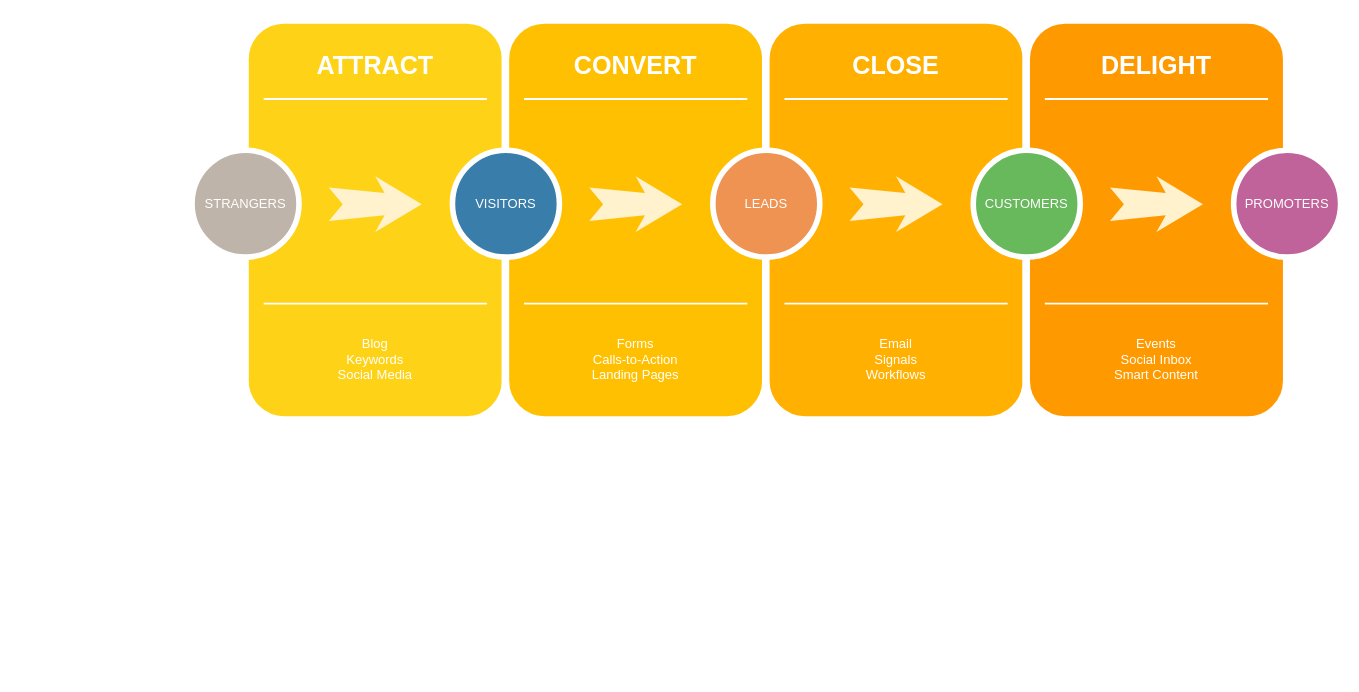
This is Untitled Diagram.drawio from clarkdong-1208/hello-world, a draw.io file, before an edit. Source tidied: cells renumbered, new cells numbered last; positions are measured from the earlier drawing's top-left corner, leaving out a move shared by most shapes. Both pictures are drawn from the tidied source at 93%, with x=0, y=0 at pixel (192, 20).
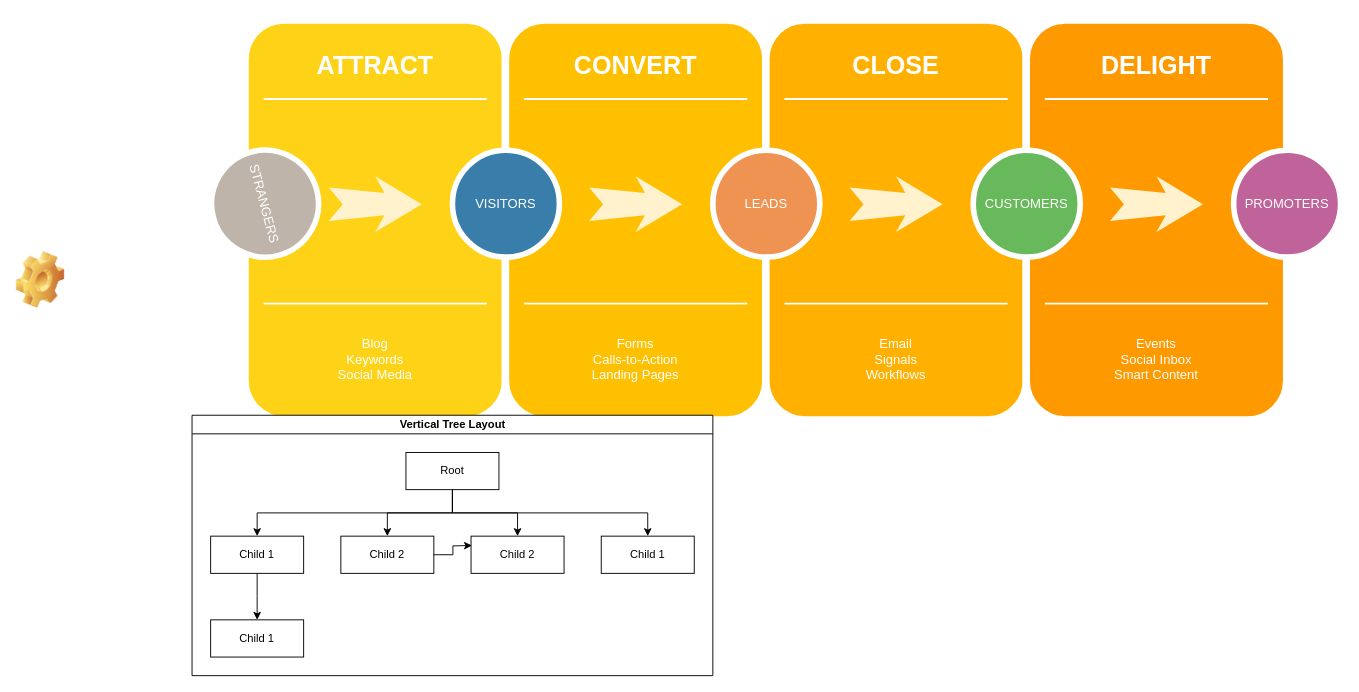
The same page after the edit.

Change to the diagram source:
```diff
@@
-    <mxCell id="7" value="STRANGERS" style="ellipse;whiteSpace=wrap;html=1;rounded=0;shadow=0;strokeWidth=6;fontSize=14;align=center;fillColor=#BFB4A9;strokeColor=#FFFFFF;fontColor=#FFFFFF;" parent="1" vertex="1">
-      <mxGeometry y="140" width="115" height="115" as="geometry" />
+    <mxCell id="7" value="STRANGERS" style="ellipse;whiteSpace=wrap;html=1;rounded=0;shadow=0;strokeWidth=6;fontSize=14;align=center;fillColor=#BFB4A9;strokeColor=#FFFFFF;fontColor=#FFFFFF;direction=south;rotation=75;" parent="1" vertex="1">
+      <mxGeometry x="21" y="140" width="115" height="115" as="geometry" />
     </mxCell>
@@
+    <mxCell id="31" style="shape=image;html=1;verticalLabelPosition=bottom;verticalAlign=top;imageAspect=1;image=img/clipart/Gear_128x128.png;" parent="1" vertex="1">
+      <mxGeometry x="-189" y="249" width="52" height="61" as="geometry" />
+    </mxCell>
+    <mxCell id="32" value="Vertical Tree Layout" style="swimlane;html=1;startSize=20;horizontal=1;horizontalTree=0;containerType=tree;" parent="1" vertex="1">
+      <mxGeometry y="425" width="560" height="280" as="geometry" />
+    </mxCell>
+    <mxCell id="33" value="Root" style="whiteSpace=wrap;html=1;" parent="32" vertex="1">
+      <mxGeometry x="230" y="40" width="100" height="40" as="geometry" />
+    </mxCell>
+    <mxCell id="34" value="Child 1" style="whiteSpace=wrap;html=1;" parent="32" vertex="1">
+      <mxGeometry x="20" y="130" width="100" height="40" as="geometry" />
+    </mxCell>
+    <mxCell id="35" style="edgeStyle=elbowEdgeStyle;elbow=vertical;html=1;rounded=0;" parent="32" edge="1" source="33" target="34">
+      <mxGeometry relative="1" as="geometry" />
+    </mxCell>
+    <mxCell id="36" style="edgeStyle=elbowEdgeStyle;elbow=vertical;html=1;rounded=0;" parent="32" edge="1" source="33" target="37">
+      <mxGeometry relative="1" as="geometry" />
+    </mxCell>
+    <mxCell id="37" value="Child 2" style="whiteSpace=wrap;html=1;" parent="32" vertex="1">
+      <mxGeometry x="160" y="130" width="100" height="40" as="geometry" />
+    </mxCell>
+    <mxCell id="38" style="edgeStyle=elbowEdgeStyle;elbow=vertical;html=1;rounded=0;" parent="32" edge="1" source="33" target="39">
+      <mxGeometry relative="1" as="geometry" />
+    </mxCell>
+    <mxCell id="39" value="Child 2" style="whiteSpace=wrap;html=1;" parent="32" vertex="1">
+      <mxGeometry x="300" y="130" width="100" height="40" as="geometry" />
+    </mxCell>
+    <mxCell id="40" style="edgeStyle=elbowEdgeStyle;elbow=vertical;html=1;rounded=0;" parent="32" edge="1" source="33" target="41">
+      <mxGeometry relative="1" as="geometry" />
+    </mxCell>
+    <mxCell id="41" value="Child 1" style="whiteSpace=wrap;html=1;" parent="32" vertex="1">
+      <mxGeometry x="440" y="130" width="100" height="40" as="geometry" />
+    </mxCell>
+    <mxCell id="42" style="edgeStyle=elbowEdgeStyle;elbow=vertical;html=1;rounded=0;" parent="32" edge="1" source="34" target="43">
+      <mxGeometry relative="1" as="geometry" />
+    </mxCell>
+    <mxCell id="43" value="Child 1" style="whiteSpace=wrap;html=1;" parent="32" vertex="1">
+      <mxGeometry x="20" y="220" width="100" height="40" as="geometry" />
+    </mxCell>
+    <mxCell id="44" style="edgeStyle=orthogonalEdgeStyle;rounded=0;jettySize=auto;html=1;" parent="1" edge="1" source="37">
+      <mxGeometry relative="1" as="geometry">
+        <mxPoint x="301" y="565" as="targetPoint" />
+      </mxGeometry>
+    </mxCell>
```
